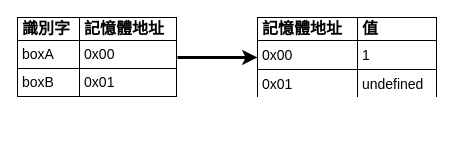
Before: source/_drafts/iron-2020-new/draw/2-3-declare-2-2.drawio in shawnlin0201/shawnlin0201.github.io, a draw.io diagram. Source tidied: cells renumbered, new cells numbered last; positions are measured from the earlier drawing's top-left corner, leaving out a move shared by most shapes. Both pictures are drawn from the tidied source at 100%, with x=0, y=0 at pixel (17, 17).
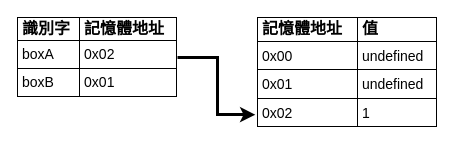
Above is the later version.

The edit, as a diff of the source:
```diff
@@
 <mxGraphModel>
   <root>
     <mxCell id="0" />
     <mxCell id="1" parent="0" />
-    <mxCell id="2" style="edgeStyle=orthogonalEdgeStyle;rounded=0;jettySize=auto;html=1;exitX=1;exitY=0.5;exitDx=0;exitDy=0;entryX=0;entryY=0.5;entryDx=0;entryDy=0;fontFamily=正黑體;strokeWidth=3;" parent="1" edge="1" source="3" target="4">
+    <mxCell id="2" style="edgeStyle=orthogonalEdgeStyle;rounded=0;jettySize=auto;html=1;exitX=1;exitY=0.5;exitDx=0;exitDy=0;entryX=-0.012;entryY=0.883;entryDx=0;entryDy=0;fontFamily=正黑體;strokeWidth=3;entryPerimeter=0;" parent="1" edge="1" source="3" target="4">
       <mxGeometry relative="1" as="geometry" />
     </mxCell>
-    <mxCell id="3" value="&lt;table cellpadding=&quot;4&quot; cellspacing=&quot;0&quot; style=&quot;width: 100% ; height: 100% ; border: 1px solid rgb(0 , 0 , 0) ; border-collapse: collapse ; font-size: 14px ; background-color: rgb(255 , 255 , 255)&quot; border=&quot;1&quot;&gt;&lt;tbody&gt;&lt;tr style=&quot;line-height: 90%&quot;&gt;&lt;th&gt;&lt;font style=&quot;font-size: 16px&quot; color=&quot;#000000&quot;&gt;識別字&lt;/font&gt;&lt;/th&gt;&lt;th&gt;&lt;font style=&quot;font-size: 16px&quot; color=&quot;#000000&quot;&gt;記憶體地址&lt;/font&gt;&lt;/th&gt;&lt;/tr&gt;&lt;tr&gt;&lt;td&gt;&lt;font style=&quot;font-size: 14px&quot; color=&quot;#000000&quot;&gt;boxA&lt;/font&gt;&lt;/td&gt;&lt;td&gt;&lt;font style=&quot;font-size: 14px&quot; color=&quot;#000000&quot;&gt;0x00&lt;/font&gt;&lt;/td&gt;&lt;/tr&gt;&lt;tr&gt;&lt;td&gt;&lt;font color=&quot;#000000&quot; style=&quot;font-size: 14px&quot;&gt;&lt;span&gt;boxB&lt;/span&gt;&lt;br&gt;&lt;/font&gt;&lt;/td&gt;&lt;td&gt;&lt;font color=&quot;#000000&quot; style=&quot;font-size: 14px&quot;&gt;0x01&lt;/font&gt;&lt;/td&gt;&lt;/tr&gt;&lt;/tbody&gt;&lt;/table&gt; " style="verticalAlign=top;align=left;overflow=fill;fontSize=15;fontFamily=正黑體;html=1;strokeWidth=3;strokeColor=none;fillColor=none;" parent="1" vertex="1">
+    <mxCell id="3" value="&lt;table cellpadding=&quot;4&quot; cellspacing=&quot;0&quot; style=&quot;width: 100% ; height: 100% ; border: 1px solid rgb(0 , 0 , 0) ; border-collapse: collapse ; font-size: 14px ; background-color: rgb(255 , 255 , 255)&quot; border=&quot;1&quot;&gt;&lt;tbody&gt;&lt;tr style=&quot;line-height: 90%&quot;&gt;&lt;th&gt;&lt;font style=&quot;font-size: 16px&quot; color=&quot;#000000&quot;&gt;識別字&lt;/font&gt;&lt;/th&gt;&lt;th&gt;&lt;font style=&quot;font-size: 16px&quot; color=&quot;#000000&quot;&gt;記憶體地址&lt;/font&gt;&lt;/th&gt;&lt;/tr&gt;&lt;tr&gt;&lt;td&gt;&lt;font style=&quot;font-size: 14px&quot; color=&quot;#000000&quot;&gt;boxA&lt;/font&gt;&lt;/td&gt;&lt;td&gt;&lt;font style=&quot;font-size: 14px&quot; color=&quot;#000000&quot;&gt;0x02&lt;/font&gt;&lt;/td&gt;&lt;/tr&gt;&lt;tr&gt;&lt;td&gt;&lt;font color=&quot;#000000&quot; style=&quot;font-size: 14px&quot;&gt;&lt;span&gt;boxB&lt;/span&gt;&lt;br&gt;&lt;/font&gt;&lt;/td&gt;&lt;td&gt;&lt;font color=&quot;#000000&quot; style=&quot;font-size: 14px&quot;&gt;0x01&lt;/font&gt;&lt;/td&gt;&lt;/tr&gt;&lt;/tbody&gt;&lt;/table&gt; " style="verticalAlign=top;align=left;overflow=fill;fontSize=15;fontFamily=正黑體;html=1;strokeWidth=3;strokeColor=none;fillColor=none;" parent="1" vertex="1">
       <mxGeometry width="160" height="80" as="geometry" />
     </mxCell>
-    <mxCell id="4" value="&lt;table cellpadding=&quot;4&quot; cellspacing=&quot;0&quot; style=&quot;width: 100% ; height: 100% ; border: 1px solid rgb(0 , 0 , 0) ; border-collapse: collapse ; background-color: rgb(255 , 255 , 255) ; font-size: 14px&quot; border=&quot;1&quot;&gt;&lt;tbody style=&quot;font-size: 16px&quot;&gt;&lt;tr style=&quot;line-height: 90%&quot;&gt;&lt;th&gt;&lt;span&gt;&lt;font style=&quot;font-size: 16px&quot;&gt;記憶體地址&lt;br&gt;&lt;/font&gt;&lt;/span&gt;&lt;/th&gt;&lt;th&gt;&lt;span&gt;&lt;font style=&quot;font-size: 16px&quot;&gt;值&lt;/font&gt;&lt;/span&gt;&lt;/th&gt;&lt;/tr&gt;&lt;tr&gt;&lt;td&gt;&lt;span&gt;&lt;font style=&quot;font-size: 14px&quot;&gt;0x00&lt;br&gt;&lt;/font&gt;&lt;/span&gt;&lt;/td&gt;&lt;td&gt;&lt;font style=&quot;font-size: 14px&quot;&gt;1&lt;/font&gt;&lt;/td&gt;&lt;/tr&gt;&lt;tr&gt;&lt;td&gt;&lt;font style=&quot;font-size: 14px&quot;&gt;0x01&lt;/font&gt;&lt;/td&gt;&lt;td&gt;&lt;font style=&quot;font-size: 14px&quot;&gt;undefined&lt;br&gt;&lt;/font&gt;&lt;/td&gt;&lt;/tr&gt;&lt;/tbody&gt;&lt;/table&gt; " style="verticalAlign=top;align=left;overflow=fill;fontSize=12;fontFamily=正黑體;html=1;strokeWidth=3;fillColor=none;strokeColor=none;fontColor=#000000;" parent="1" vertex="1">
-      <mxGeometry x="240" width="180" height="80" as="geometry" />
+    <mxCell id="4" value="&lt;table cellpadding=&quot;4&quot; cellspacing=&quot;0&quot; style=&quot;width: 100% ; height: 100% ; border: 1px solid rgb(0 , 0 , 0) ; border-collapse: collapse ; background-color: rgb(255 , 255 , 255) ; font-size: 14px&quot; border=&quot;1&quot;&gt;&lt;tbody style=&quot;font-size: 16px&quot;&gt;&lt;tr style=&quot;line-height: 90%&quot;&gt;&lt;th&gt;&lt;span&gt;&lt;font style=&quot;font-size: 16px&quot;&gt;記憶體地址&lt;br&gt;&lt;/font&gt;&lt;/span&gt;&lt;/th&gt;&lt;th&gt;&lt;span&gt;&lt;font style=&quot;font-size: 16px&quot;&gt;值&lt;/font&gt;&lt;/span&gt;&lt;/th&gt;&lt;/tr&gt;&lt;tr&gt;&lt;td&gt;&lt;span&gt;&lt;font style=&quot;font-size: 14px&quot;&gt;0x00&lt;br&gt;&lt;/font&gt;&lt;/span&gt;&lt;/td&gt;&lt;td&gt;&lt;span style=&quot;font-size: 14px&quot;&gt;undefined&lt;/span&gt;&lt;/td&gt;&lt;/tr&gt;&lt;tr&gt;&lt;td&gt;&lt;font style=&quot;font-size: 14px&quot;&gt;0x01&lt;/font&gt;&lt;/td&gt;&lt;td&gt;&lt;font style=&quot;font-size: 14px&quot;&gt;undefined&lt;br&gt;&lt;/font&gt;&lt;/td&gt;&lt;/tr&gt;&lt;tr&gt;&lt;td&gt;&lt;span style=&quot;font-size: 14px&quot;&gt;0x02&lt;/span&gt;&lt;br&gt;&lt;/td&gt;&lt;td&gt;&lt;span style=&quot;font-size: 14px&quot;&gt;1&lt;/span&gt;&lt;/td&gt;&lt;/tr&gt;&lt;/tbody&gt;&lt;/table&gt; " style="verticalAlign=top;align=left;overflow=fill;fontSize=12;fontFamily=正黑體;html=1;strokeWidth=3;fillColor=none;strokeColor=none;fontColor=#000000;" parent="1" vertex="1">
+      <mxGeometry x="240" width="180" height="110" as="geometry" />
     </mxCell>
   </root>
 </mxGraphModel>
```
